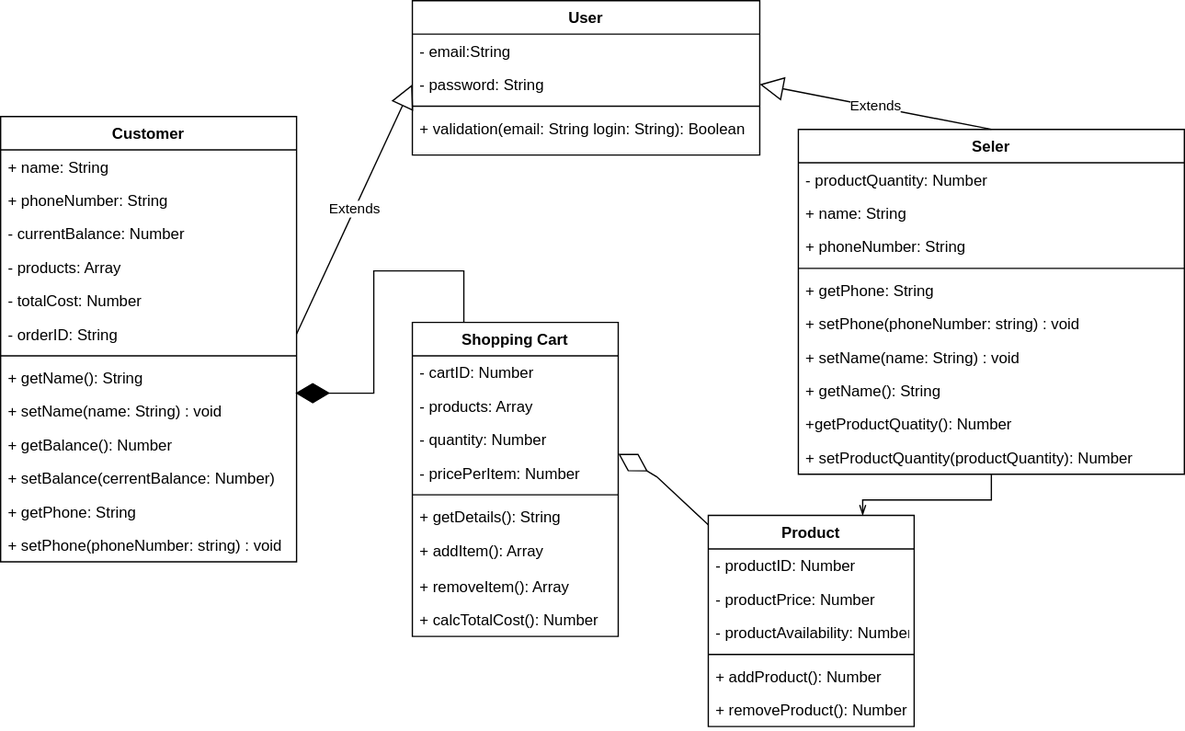
The draw.io diagram Untitled Diagram.drawio.svg in artemhoriuk1994/CV, before a commit. Source tidied: cells renumbered, new cells last; positions are measured from the earlier drawing's top-left corner, leaving out a move shared by most shapes.
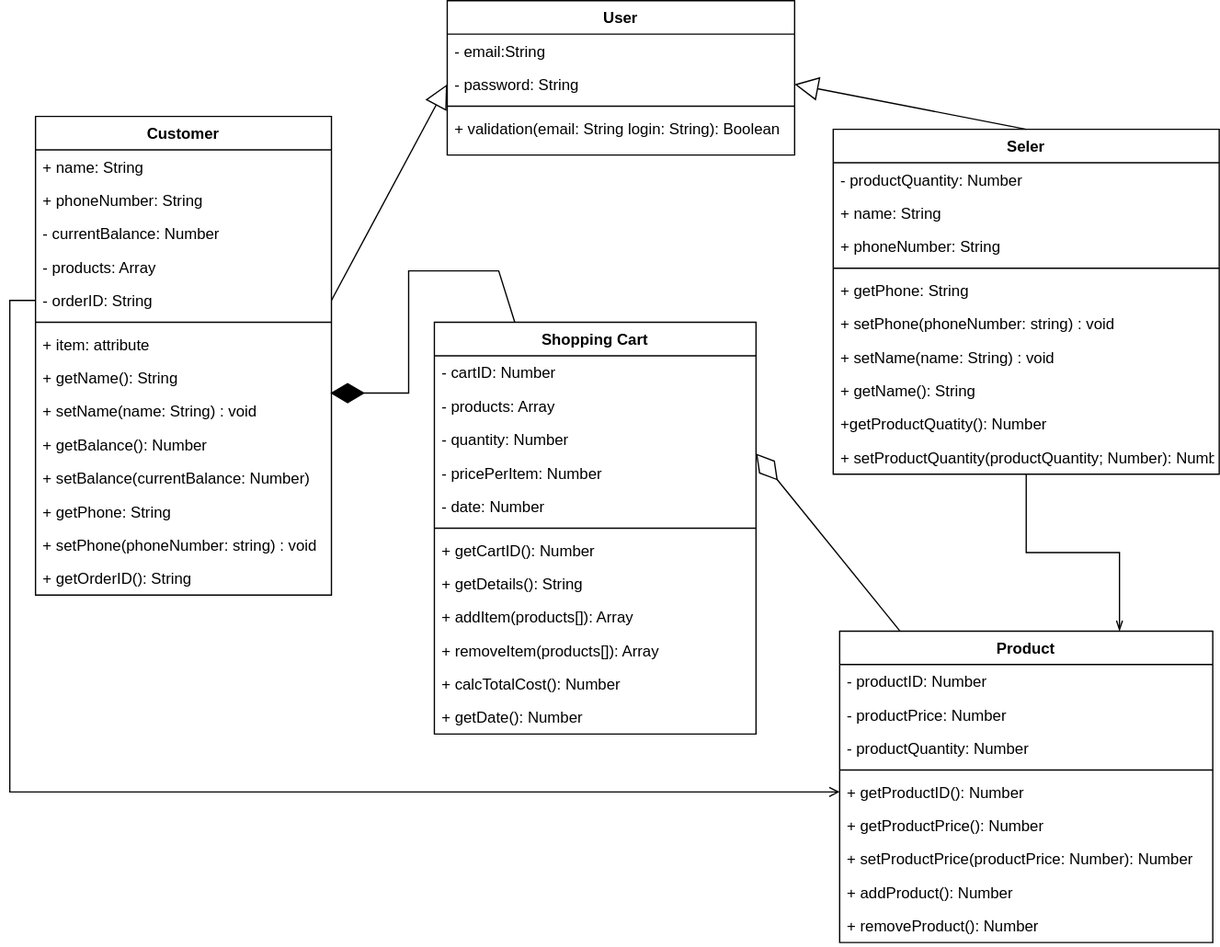
Later version of the same file.

Change to the diagram source:
```diff
@@ -18,7 +18,7 @@
       <mxGeometry y="86" width="270" height="26" as="geometry" />
     </mxCell>
     <mxCell id="7" value="Customer" style="swimlane;fontStyle=1;align=center;verticalAlign=top;horizontal=1;startSize=26;" parent="1" vertex="1">
-      <mxGeometry y="90" width="230" height="346" as="geometry" />
+      <mxGeometry y="90" width="230" height="372" as="geometry" />
     </mxCell>
     <mxCell id="8" value="+ name: String" style="text;align=left;verticalAlign=top;spacingLeft=4;spacingRight=4;overflow=hidden;" parent="7" vertex="1">
       <mxGeometry y="26" width="230" height="26" as="geometry" />
@@ -32,15 +32,15 @@
     <mxCell id="11" value="- products: Array" style="text;strokeColor=none;fillColor=none;align=left;verticalAlign=top;spacingLeft=4;spacingRight=4;overflow=hidden;" parent="7" vertex="1">
       <mxGeometry y="104" width="230" height="26" as="geometry" />
     </mxCell>
-    <mxCell id="12" value="- totalCost: Number" style="text;strokeColor=none;fillColor=none;align=left;verticalAlign=top;spacingLeft=4;spacingRight=4;overflow=hidden;" parent="7" vertex="1">
-      <mxGeometry y="130" width="230" height="26" as="geometry" />
-    </mxCell>
     <mxCell id="13" value="- orderID: String" style="text;strokeColor=none;fillColor=none;align=left;verticalAlign=top;spacingLeft=4;spacingRight=4;overflow=hidden;points=[[0,0.5],[1,0.5]];portConstraint=eastwest;" parent="7" vertex="1">
-      <mxGeometry y="156" width="230" height="26" as="geometry" />
+      <mxGeometry y="130" width="230" height="26" as="geometry" />
     </mxCell>
     <mxCell id="14" style="line;strokeWidth=1;fillColor=none;align=left;verticalAlign=middle;spacingTop=-1;spacingLeft=3;spacingRight=3;labelPosition=right;" parent="7" vertex="1">
-      <mxGeometry y="182" width="230" height="8" as="geometry" />
+      <mxGeometry y="156" width="230" height="8" as="geometry" />
     </mxCell>
+    <mxCell id="54" value="+ item: attribute" style="text;strokeColor=none;fillColor=none;align=left;verticalAlign=top;spacingLeft=4;spacingRight=4;overflow=hidden;" parent="7" vertex="1">
+      <mxGeometry y="164" width="230" height="26" as="geometry" />
+    </mxCell>
     <mxCell id="15" value="+ getName(): String" style="text;strokeColor=none;fillColor=none;align=left;verticalAlign=top;spacingLeft=4;spacingRight=4;overflow=hidden;points=[[0,0.5],[1,0.5]];portConstraint=eastwest;" parent="7" vertex="1">
       <mxGeometry y="190" width="230" height="26" as="geometry" />
     </mxCell>
@@ -50,7 +50,7 @@
     <mxCell id="17" value="+ getBalance(): Number" style="text;strokeColor=none;fillColor=none;align=left;verticalAlign=top;spacingLeft=4;spacingRight=4;overflow=hidden;" parent="7" vertex="1">
       <mxGeometry y="242" width="230" height="26" as="geometry" />
     </mxCell>
-    <mxCell id="18" value="+ setBalance(cerrentBalance: Number)" style="text;strokeColor=none;fillColor=none;align=left;verticalAlign=top;spacingLeft=4;spacingRight=4;overflow=hidden;" parent="7" vertex="1">
+    <mxCell id="18" value="+ setBalance(currentBalance: Number)" style="text;strokeColor=none;fillColor=none;align=left;verticalAlign=top;spacingLeft=4;spacingRight=4;overflow=hidden;" parent="7" vertex="1">
       <mxGeometry y="268" width="230" height="26" as="geometry" />
     </mxCell>
     <mxCell id="19" value="+ getPhone: String" style="text;strokeColor=none;fillColor=none;align=left;verticalAlign=top;spacingLeft=4;spacingRight=4;overflow=hidden;" parent="7" vertex="1">
@@ -59,26 +59,38 @@
     <mxCell id="20" value="+ setPhone(phoneNumber: string) : void" style="text;strokeColor=none;fillColor=none;align=left;verticalAlign=top;spacingLeft=4;spacingRight=4;overflow=hidden;" parent="7" vertex="1">
       <mxGeometry y="320" width="230" height="26" as="geometry" />
     </mxCell>
+    <mxCell id="55" value="+ getOrderID(): String" style="text;strokeColor=none;fillColor=none;align=left;verticalAlign=top;spacingLeft=4;spacingRight=4;overflow=hidden;" parent="7" vertex="1">
+      <mxGeometry y="346" width="230" height="26" as="geometry" />
+    </mxCell>
     <mxCell id="21" value="Product" style="swimlane;fontStyle=1;align=center;verticalAlign=top;horizontal=1;startSize=26;" parent="1" vertex="1">
-      <mxGeometry x="550" y="400" width="160" height="164" as="geometry" />
+      <mxGeometry x="625" y="490" width="290" height="242" as="geometry" />
     </mxCell>
     <mxCell id="22" value="- productID: Number" style="text;strokeColor=none;fillColor=none;align=left;verticalAlign=top;spacingLeft=4;spacingRight=4;overflow=hidden;" parent="21" vertex="1">
-      <mxGeometry y="26" width="160" height="26" as="geometry" />
+      <mxGeometry y="26" width="290" height="26" as="geometry" />
     </mxCell>
     <mxCell id="23" value="- productPrice: Number" style="text;strokeColor=none;fillColor=none;align=left;verticalAlign=top;spacingLeft=4;spacingRight=4;overflow=hidden;" parent="21" vertex="1">
-      <mxGeometry y="52" width="160" height="26" as="geometry" />
+      <mxGeometry y="52" width="290" height="26" as="geometry" />
     </mxCell>
-    <mxCell id="24" value="- productAvailability: Number" style="text;strokeColor=none;fillColor=none;align=left;verticalAlign=top;spacingLeft=4;spacingRight=4;overflow=hidden;" parent="21" vertex="1">
-      <mxGeometry y="78" width="160" height="26" as="geometry" />
+    <mxCell id="24" value="- productQuantity: Number" style="text;strokeColor=none;fillColor=none;align=left;verticalAlign=top;spacingLeft=4;spacingRight=4;overflow=hidden;" parent="21" vertex="1">
+      <mxGeometry y="78" width="290" height="26" as="geometry" />
     </mxCell>
     <mxCell id="25" style="line;strokeWidth=1;fillColor=none;align=left;verticalAlign=middle;spacingTop=-1;spacingLeft=3;spacingRight=3;labelPosition=right;" parent="21" vertex="1">
-      <mxGeometry y="104" width="160" height="8" as="geometry" />
+      <mxGeometry y="104" width="290" height="8" as="geometry" />
     </mxCell>
+    <mxCell id="56" value="+ getProductID(): Number" style="text;strokeColor=none;fillColor=none;align=left;verticalAlign=top;spacingLeft=4;spacingRight=4;overflow=hidden;points=[[0,0.5],[1,0.5]];portConstraint=eastwest;" parent="21" vertex="1">
+      <mxGeometry y="112" width="290" height="26" as="geometry" />
+    </mxCell>
+    <mxCell id="57" value="+ getProductPrice(): Number" style="text;strokeColor=none;fillColor=none;align=left;verticalAlign=top;spacingLeft=4;spacingRight=4;overflow=hidden;" parent="21" vertex="1">
+      <mxGeometry y="138" width="290" height="26" as="geometry" />
+    </mxCell>
+    <mxCell id="58" value="+ setProductPrice(productPrice: Number): Number" style="text;strokeColor=none;fillColor=none;align=left;verticalAlign=top;spacingLeft=4;spacingRight=4;overflow=hidden;" parent="21" vertex="1">
+      <mxGeometry y="164" width="290" height="26" as="geometry" />
+    </mxCell>
     <mxCell id="26" value="+ addProduct(): Number" style="text;strokeColor=none;fillColor=none;align=left;verticalAlign=top;spacingLeft=4;spacingRight=4;overflow=hidden;" parent="21" vertex="1">
-      <mxGeometry y="112" width="160" height="26" as="geometry" />
+      <mxGeometry y="190" width="290" height="26" as="geometry" />
     </mxCell>
     <mxCell id="27" value="+ removeProduct(): Number" style="text;strokeColor=none;fillColor=none;align=left;verticalAlign=top;spacingLeft=4;spacingRight=4;overflow=hidden;" parent="21" vertex="1">
-      <mxGeometry y="138" width="160" height="26" as="geometry" />
+      <mxGeometry y="216" width="290" height="26" as="geometry" />
     </mxCell>
     <mxCell id="28" style="edgeStyle=orthogonalEdgeStyle;rounded=0;jettySize=auto;html=1;entryX=0.75;entryY=0;entryDx=0;entryDy=0;endArrow=openThin;endFill=0;" parent="1" edge="1" source="29" target="21">
       <mxGeometry relative="1" as="geometry" />
@@ -113,48 +125,56 @@
     <mxCell id="38" value="+getProductQuatity(): Number" style="text;strokeColor=none;fillColor=none;align=left;verticalAlign=top;spacingLeft=4;spacingRight=4;overflow=hidden;" parent="29" vertex="1">
       <mxGeometry y="216" width="300" height="26" as="geometry" />
     </mxCell>
-    <mxCell id="39" value="+ setProductQuantity(productQuantity): Number" style="text;strokeColor=none;fillColor=none;align=left;verticalAlign=top;spacingLeft=4;spacingRight=4;overflow=hidden;" parent="29" vertex="1">
+    <mxCell id="39" value="+ setProductQuantity(productQuantity; Number): Number" style="text;strokeColor=none;fillColor=none;align=left;verticalAlign=top;spacingLeft=4;spacingRight=4;overflow=hidden;" parent="29" vertex="1">
       <mxGeometry y="242" width="300" height="26" as="geometry" />
     </mxCell>
     <mxCell id="40" value="Shopping Cart" style="swimlane;fontStyle=1;align=center;verticalAlign=top;horizontal=1;startSize=26;" parent="1" vertex="1">
-      <mxGeometry x="320" y="250" width="160" height="244" as="geometry" />
+      <mxGeometry x="310" y="250" width="250" height="320" as="geometry" />
     </mxCell>
     <mxCell id="41" value="- cartID: Number" style="text;strokeColor=none;fillColor=none;align=left;verticalAlign=top;spacingLeft=4;spacingRight=4;overflow=hidden;" parent="40" vertex="1">
-      <mxGeometry y="26" width="160" height="26" as="geometry" />
+      <mxGeometry y="26" width="250" height="26" as="geometry" />
     </mxCell>
     <mxCell id="42" value="- products: Array" style="text;strokeColor=none;fillColor=none;align=left;verticalAlign=top;spacingLeft=4;spacingRight=4;overflow=hidden;" parent="40" vertex="1">
-      <mxGeometry y="52" width="160" height="26" as="geometry" />
+      <mxGeometry y="52" width="250" height="26" as="geometry" />
     </mxCell>
     <mxCell id="43" value="- quantity: Number" style="text;strokeColor=none;fillColor=none;align=left;verticalAlign=top;spacingLeft=4;spacingRight=4;overflow=hidden;points=[[0,0.5],[1,0.5]];portConstraint=eastwest;" parent="40" vertex="1">
-      <mxGeometry y="78" width="160" height="26" as="geometry" />
+      <mxGeometry y="78" width="250" height="26" as="geometry" />
     </mxCell>
     <mxCell id="44" value="- pricePerItem: Number" style="text;strokeColor=none;fillColor=none;align=left;verticalAlign=top;spacingLeft=4;spacingRight=4;overflow=hidden;" parent="40" vertex="1">
-      <mxGeometry y="104" width="160" height="26" as="geometry" />
+      <mxGeometry y="104" width="250" height="26" as="geometry" />
     </mxCell>
+    <mxCell id="59" value="- date: Number" style="text;strokeColor=none;fillColor=none;align=left;verticalAlign=top;spacingLeft=4;spacingRight=4;overflow=hidden;" parent="40" vertex="1">
+      <mxGeometry y="130" width="250" height="26" as="geometry" />
+    </mxCell>
     <mxCell id="45" style="line;strokeWidth=1;fillColor=none;align=left;verticalAlign=middle;spacingTop=-1;spacingLeft=3;spacingRight=3;labelPosition=right;" parent="40" vertex="1">
-      <mxGeometry y="130" width="160" height="8" as="geometry" />
+      <mxGeometry y="156" width="250" height="8" as="geometry" />
     </mxCell>
+    <mxCell id="60" value="+ getCartID(): Number" style="text;strokeColor=none;fillColor=none;align=left;verticalAlign=top;spacingLeft=4;spacingRight=4;overflow=hidden;" parent="40" vertex="1">
+      <mxGeometry y="164" width="250" height="26" as="geometry" />
+    </mxCell>
     <mxCell id="46" value="+ getDetails(): String" style="text;strokeColor=none;fillColor=none;align=left;verticalAlign=top;spacingLeft=4;spacingRight=4;overflow=hidden;" parent="40" vertex="1">
-      <mxGeometry y="138" width="160" height="26" as="geometry" />
+      <mxGeometry y="190" width="250" height="26" as="geometry" />
     </mxCell>
-    <mxCell id="47" value="+ addItem(): Array" style="text;strokeColor=none;fillColor=none;align=left;verticalAlign=top;spacingLeft=4;spacingRight=4;overflow=hidden;" parent="40" vertex="1">
-      <mxGeometry y="164" width="160" height="28" as="geometry" />
+    <mxCell id="47" value="+ addItem(products[]): Array" style="text;strokeColor=none;fillColor=none;align=left;verticalAlign=top;spacingLeft=4;spacingRight=4;overflow=hidden;" parent="40" vertex="1">
+      <mxGeometry y="216" width="250" height="26" as="geometry" />
     </mxCell>
-    <mxCell id="48" value="+ removeItem(): Array" style="text;strokeColor=none;fillColor=none;align=left;verticalAlign=top;spacingLeft=4;spacingRight=4;overflow=hidden;" parent="40" vertex="1">
-      <mxGeometry y="192" width="160" height="26" as="geometry" />
+    <mxCell id="48" value="+ removeItem(products[]): Array" style="text;strokeColor=none;fillColor=none;align=left;verticalAlign=top;spacingLeft=4;spacingRight=4;overflow=hidden;" parent="40" vertex="1">
+      <mxGeometry y="242" width="250" height="26" as="geometry" />
     </mxCell>
     <mxCell id="49" value="+ calcTotalCost(): Number" style="text;strokeColor=none;fillColor=none;align=left;verticalAlign=top;spacingLeft=4;spacingRight=4;overflow=hidden;" parent="40" vertex="1">
-      <mxGeometry y="218" width="160" height="26" as="geometry" />
+      <mxGeometry y="268" width="250" height="26" as="geometry" />
     </mxCell>
+    <mxCell id="61" value="+ getDate(): Number" style="text;strokeColor=none;fillColor=none;align=left;verticalAlign=top;spacingLeft=4;spacingRight=4;overflow=hidden;" parent="40" vertex="1">
+      <mxGeometry y="294" width="250" height="26" as="geometry" />
+    </mxCell>
-    <mxCell id="50" value="Extends" style="endArrow=block;endSize=16;endFill=0;html=1;rounded=0;entryX=1;entryY=0.5;entryDx=0;entryDy=0;exitX=0.5;exitY=0;exitDx=0;exitDy=0;" parent="1" edge="1" source="29" target="4">
+    <mxCell id="50" value="Extends" style="endArrow=block;endSize=16;endFill=0;html=1;rounded=0;entryX=1;entryY=0.5;entryDx=0;entryDy=0;exitX=0.5;exitY=0;exitDx=0;exitDy=0;textOpacity=0;" parent="1" edge="1" source="29" target="4">
       <mxGeometry relative="1" as="geometry" />
     </mxCell>
-    <mxCell id="51" value="Extends" style="endArrow=block;endSize=16;endFill=0;html=1;rounded=0;entryX=0;entryY=0.5;entryDx=0;entryDy=0;exitX=1;exitY=0.5;exitDx=0;exitDy=0;" parent="1" edge="1" source="13" target="4">
+    <mxCell id="51" value="Extends" style="endArrow=block;endSize=16;endFill=0;html=1;rounded=0;entryX=0;entryY=0.5;entryDx=0;entryDy=0;exitX=1;exitY=0.5;exitDx=0;exitDy=0;textOpacity=0;" parent="1" edge="1" source="13" target="4">
       <mxGeometry relative="1" as="geometry" />
     </mxCell>
-    <mxCell id="52" style="endArrow=diamondThin;endFill=1;endSize=24;html=1;rounded=0;entryX=0.996;entryY=0.962;entryDx=0;entryDy=0;entryPerimeter=0;" parent="1" edge="1" target="15">
+    <mxCell id="52" style="endArrow=diamondThin;endFill=1;endSize=24;html=1;rounded=0;entryX=0.996;entryY=0.962;entryDx=0;entryDy=0;entryPerimeter=0;exitX=0.25;exitY=0;exitDx=0;exitDy=0;" parent="1" edge="1" source="40" target="15">
       <mxGeometry relative="1" as="geometry">
-        <mxPoint x="360" y="250" as="sourcePoint" />
         <Array as="points">
           <mxPoint x="360" y="210" />
           <mxPoint x="290" y="210" />
@@ -163,11 +183,10 @@
       </mxGeometry>
     </mxCell>
     <mxCell id="53" style="endArrow=diamondThin;endFill=0;endSize=24;html=1;rounded=0;entryX=1;entryY=0.923;entryDx=0;entryDy=0;entryPerimeter=0;" parent="1" edge="1" source="21" target="43">
-      <mxGeometry relative="1" as="geometry">
-        <Array as="points">
-          <mxPoint x="510" y="370" />
-        </Array>
-      </mxGeometry>
+      <mxGeometry relative="1" as="geometry" />
     </mxCell>
+    <mxCell id="62" style="edgeStyle=orthogonalEdgeStyle;rounded=0;jettySize=auto;html=1;exitX=0;exitY=0.5;exitDx=0;exitDy=0;entryX=0;entryY=0.5;entryDx=0;entryDy=0;endArrow=open;endFill=0;" parent="1" edge="1" source="13" target="56">
+      <mxGeometry relative="1" as="geometry" />
+    </mxCell>
   </root>
 </mxGraphModel>
```
